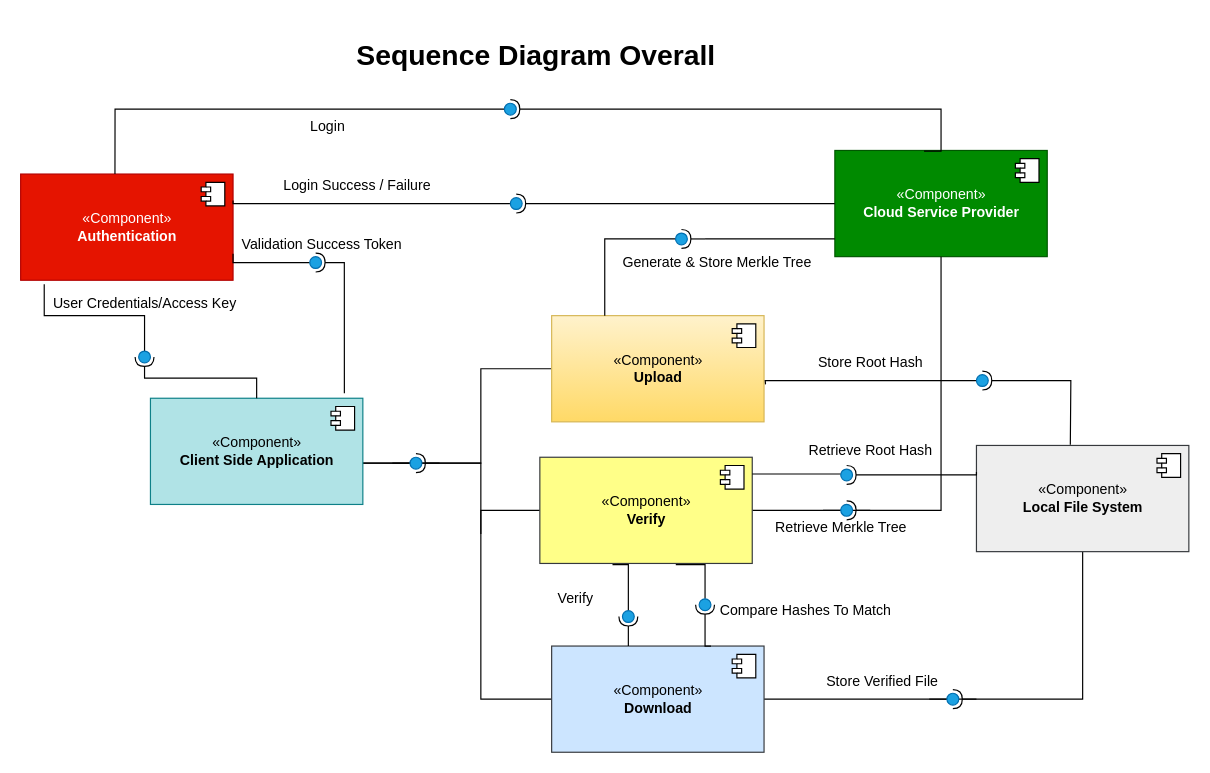
The draw.io diagram High Level Design/ComponentDia.drawio in Gauravcg492/L7ICCSP, before the edit. Source tidied: cells renumbered, new cells numbered last; positions are measured from the earlier drawing's top-left corner, leaving out a move shared by most shapes. Both pictures are drawn from the tidied source at 118%, with x=0, y=0 at pixel (20, 32).
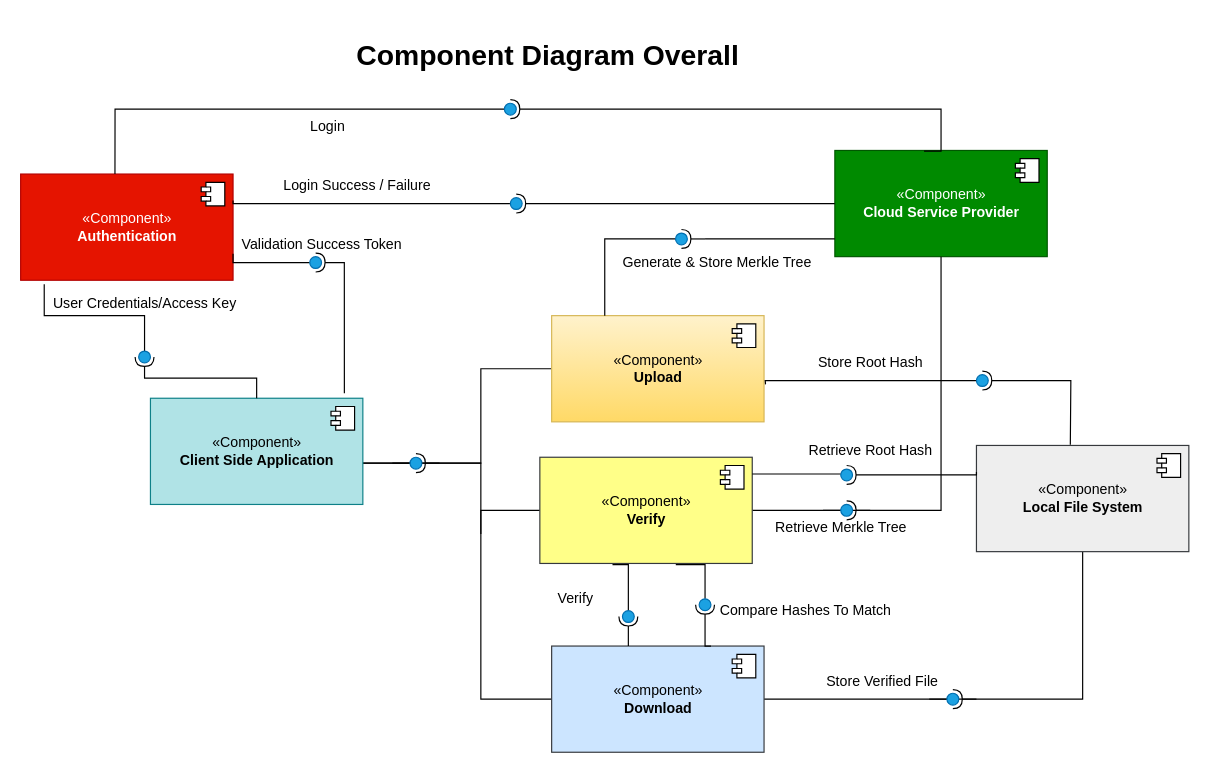
The same page after the edit.

The edit, as a diff of the source:
```diff
@@
-    <mxCell id="2" value="&lt;h1&gt;Sequence Diagram Overall&lt;/h1&gt;" style="text;html=1;strokeColor=none;fillColor=none;spacing=5;spacingTop=-20;whiteSpace=wrap;overflow=hidden;rounded=0;" parent="1" vertex="1">
-      <mxGeometry x="280" width="320" height="40" as="geometry" />
+    <mxCell id="2" value="&lt;h1&gt;Component Diagram Overall&lt;/h1&gt;" style="text;html=1;strokeColor=none;fillColor=none;spacing=5;spacingTop=-20;whiteSpace=wrap;overflow=hidden;rounded=0;" parent="1" vertex="1">
+      <mxGeometry x="280" width="350" height="40" as="geometry" />
     </mxCell>
```
